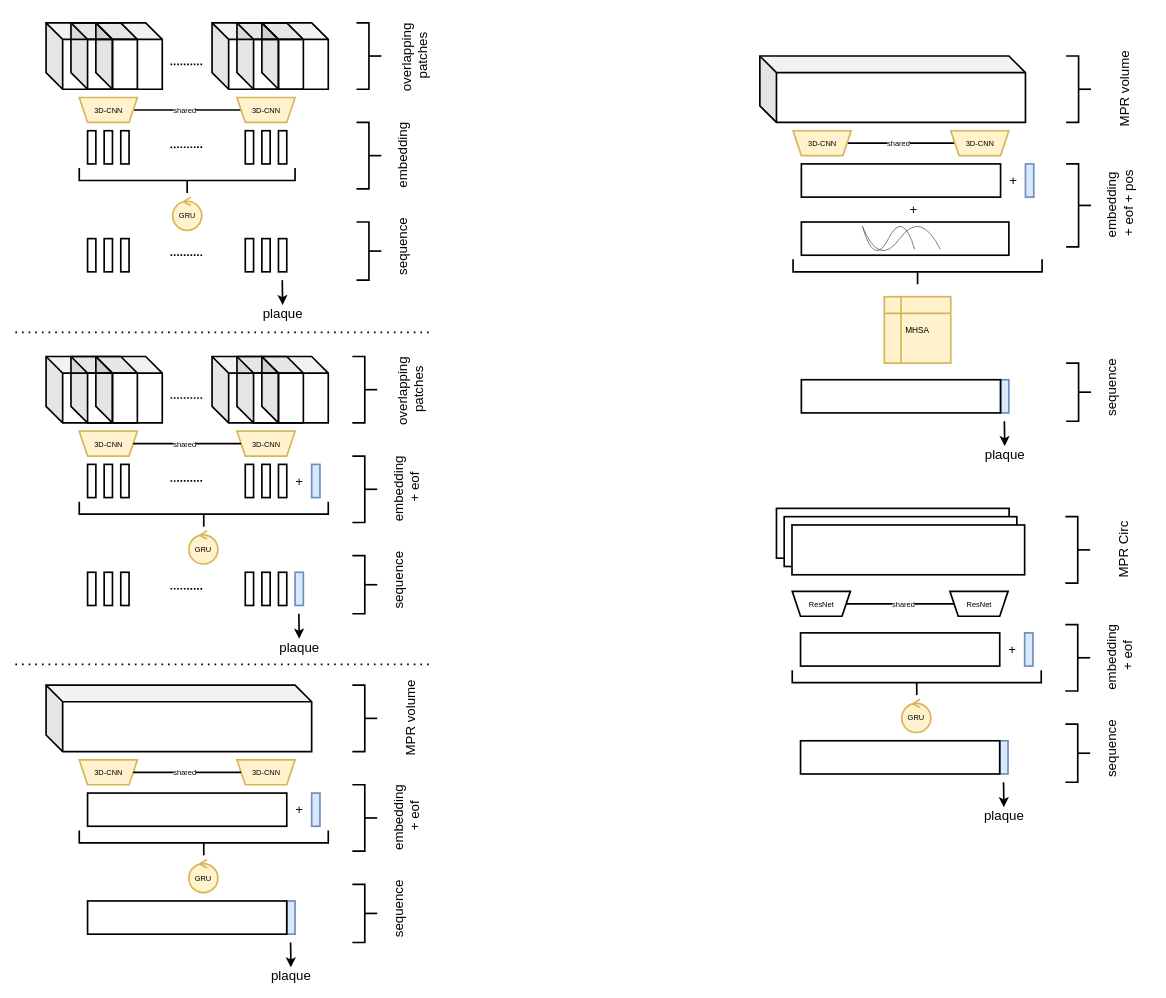
The draw.io diagram Plaque.drawio in marioviti/Graphs, before the edit. Source tidied: cells renumbered, new cells numbered last; positions are measured from the earlier drawing's top-left corner, leaving out a move shared by most shapes. Both pictures are drawn from the tidied source at 83%, with x=0, y=0 at pixel (15, 22).
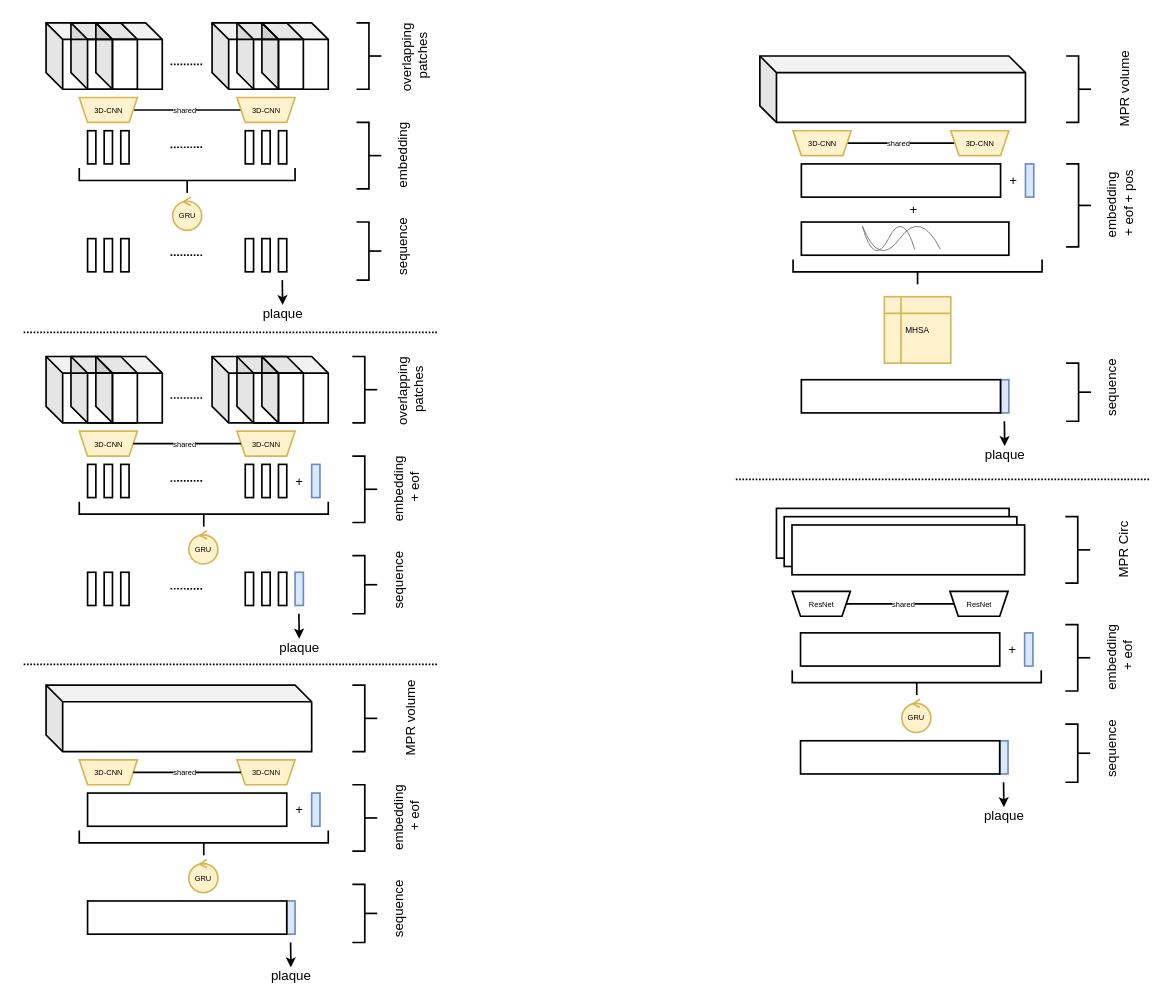
The same page after the edit.

The edit, as a diff of the source:
```diff
@@
-    <mxCell id="157" style="endArrow=none;dashed=1;html=1;dashPattern=1 3;strokeWidth=2;rounded=0;" parent="1" edge="1">
+    <mxCell id="157" style="endArrow=none;dashed=1;html=1;dashPattern=1 1;strokeWidth=2;rounded=0;" parent="1" edge="1">
       <mxGeometry relative="1" as="geometry">
-        <mxPoint y="373" as="sourcePoint" />
-        <mxPoint x="500" y="373" as="targetPoint" />
+        <mxPoint x="10" y="373" as="sourcePoint" />
+        <mxPoint x="510" y="373" as="targetPoint" />
       </mxGeometry>
     </mxCell>
-    <mxCell id="158" style="endArrow=none;dashed=1;html=1;dashPattern=1 3;strokeWidth=2;rounded=0;" parent="1" edge="1">
+    <mxCell id="158" style="endArrow=none;dashed=1;html=1;dashPattern=1 1;strokeWidth=2;rounded=0;" parent="1" edge="1">
       <mxGeometry relative="1" as="geometry">
-        <mxPoint y="773" as="sourcePoint" />
-        <mxPoint x="500" y="773" as="targetPoint" />
+        <mxPoint x="10" y="773" as="sourcePoint" />
+        <mxPoint x="510" y="773" as="targetPoint" />
       </mxGeometry>
     </mxCell>
+    <mxCell id="159" style="endArrow=none;dashed=1;html=1;dashPattern=1 1;strokeWidth=2;rounded=0;" parent="1" edge="1">
+      <mxGeometry relative="1" as="geometry">
+        <mxPoint x="868" y="550" as="sourcePoint" />
+        <mxPoint x="1368" y="550" as="targetPoint" />
+      </mxGeometry>
+    </mxCell>
```
